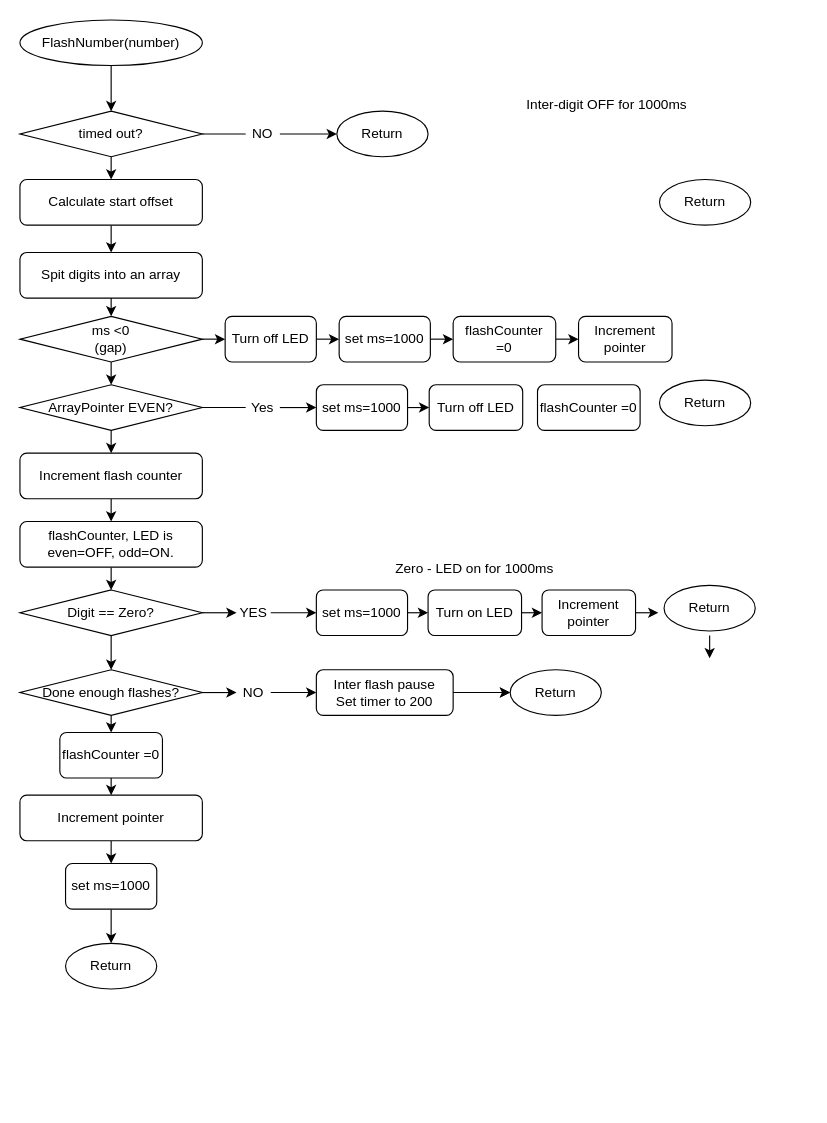
Before: include/FlashNumber.drawio in RichardLangner/SimpleTimer, a draw.io diagram. Source tidied: cells renumbered, new cells numbered last; positions are measured from the earlier drawing's top-left corner, leaving out a move shared by most shapes. Both pictures are drawn from the tidied source at 114%, with x=0, y=0 at pixel (19, 19).
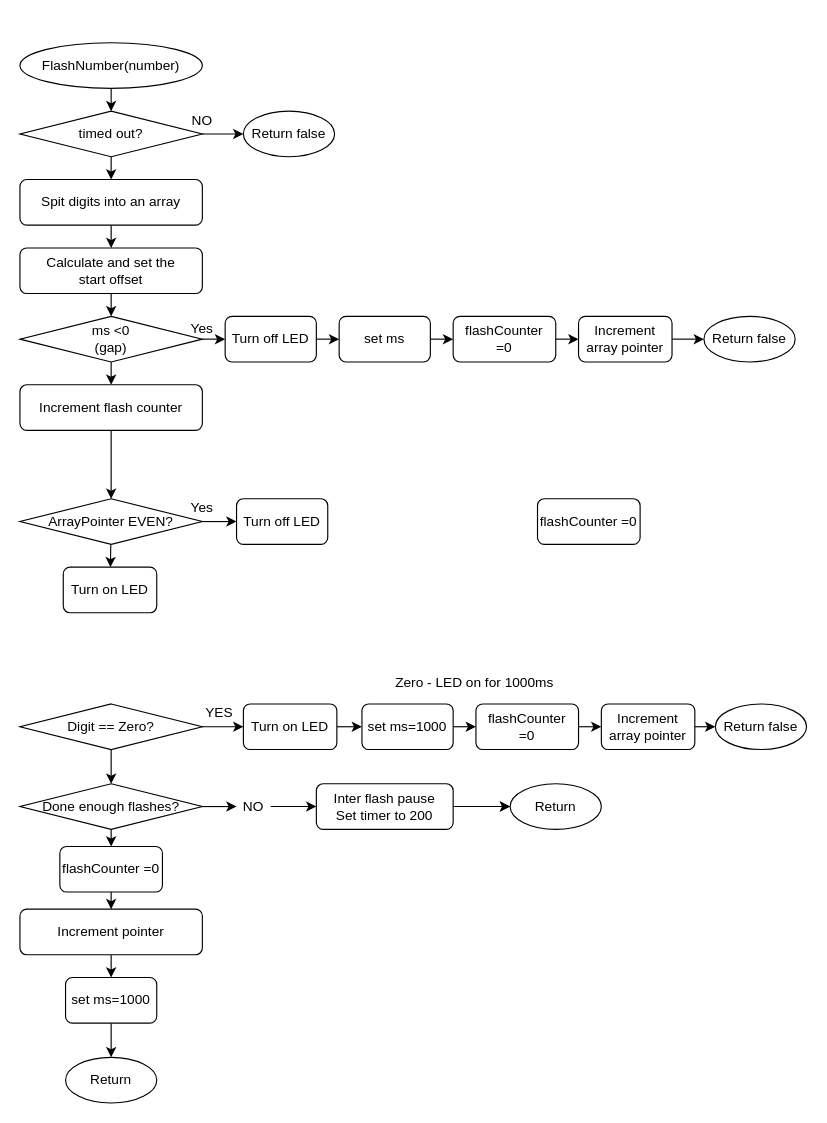
After the change.

Unchanged cells that the change refers to:
```xml
<mxCell id="8" value="timed out?" style="rhombus;whiteSpace=wrap;html=1;" parent="1" vertex="1">
  <mxGeometry y="80" width="160" height="40" as="geometry" />
</mxCell>
<mxCell id="67" value="ms &amp;lt;0&lt;br&gt;(gap)" style="rhombus;whiteSpace=wrap;html=1;" parent="1" vertex="1">
  <mxGeometry y="260" width="160" height="40" as="geometry" />
</mxCell>
```

Change to the diagram source:
```diff
@@
     <mxCell id="2" style="edgeStyle=none;html=1;startArrow=none;" parent="1" edge="1">
       <mxGeometry relative="1" as="geometry">
-        <mxPoint x="72" y="760" as="sourcePoint" />
-        <mxPoint x="72" y="760" as="targetPoint" />
+        <mxPoint x="72" y="860" as="sourcePoint" />
+        <mxPoint x="72" y="860" as="targetPoint" />
       </mxGeometry>
     </mxCell>
@@
     <mxCell id="5" value="Done enough flashes?" style="rhombus;whiteSpace=wrap;html=1;" parent="1" vertex="1">
-      <mxGeometry y="570" width="160" height="40" as="geometry" />
+      <mxGeometry y="670" width="160" height="40" as="geometry" />
     </mxCell>
-    <mxCell id="6" style="edgeStyle=none;html=1;startArrow=none;" parent="1" edge="1" source="17" target="13">
+    <mxCell id="6" style="edgeStyle=none;html=1;startArrow=none;exitX=1;exitY=0.5;exitDx=0;exitDy=0;" parent="1" edge="1" source="8" target="13">
       <mxGeometry relative="1" as="geometry" />
     </mxCell>
-    <mxCell id="7" style="edgeStyle=none;html=1;exitX=0.5;exitY=1;exitDx=0;exitDy=0;entryX=0.5;entryY=0;entryDx=0;entryDy=0;" parent="1" edge="1" source="8" target="61">
-      <mxGeometry relative="1" as="geometry" />
-    </mxCell>
+    <mxCell id="72" style="edgeStyle=none;html=1;exitX=0.5;exitY=1;exitDx=0;exitDy=0;entryX=0.5;entryY=0;entryDx=0;entryDy=0;" parent="1" edge="1" source="8" target="30">
+      <mxGeometry relative="1" as="geometry" />
+    </mxCell>
@@
-    <mxCell id="9" style="edgeStyle=none;html=1;entryX=0.5;entryY=0;entryDx=0;entryDy=0;" parent="1" edge="1" source="10" target="26">
-      <mxGeometry relative="1" as="geometry" />
-    </mxCell>
-    <mxCell id="10" value="flashCounter, LED is&lt;br&gt;even=OFF, odd=ON." style="rounded=1;whiteSpace=wrap;html=1;" parent="1" vertex="1">
-      <mxGeometry y="440" width="160" height="40" as="geometry" />
-    </mxCell>
@@
     <mxCell id="12" value="FlashNumber(number)" style="ellipse;whiteSpace=wrap;html=1;" parent="1" vertex="1">
-      <mxGeometry width="160" height="40" as="geometry" />
+      <mxGeometry y="20" width="160" height="40" as="geometry" />
     </mxCell>
-    <mxCell id="13" value="Return" style="ellipse;whiteSpace=wrap;html=1;" parent="1" vertex="1">
-      <mxGeometry x="278" y="80" width="80" height="40" as="geometry" />
+    <mxCell id="13" value="Return false" style="ellipse;whiteSpace=wrap;html=1;" parent="1" vertex="1">
+      <mxGeometry x="196" y="80" width="80" height="40" as="geometry" />
     </mxCell>
-    <mxCell id="14" style="edgeStyle=none;html=1;entryX=0.5;entryY=0;entryDx=0;entryDy=0;" parent="1" edge="1" source="15" target="10">
-      <mxGeometry relative="1" as="geometry" />
-    </mxCell>
+    <mxCell id="73" style="edgeStyle=none;html=1;" parent="1" edge="1" source="15" target="33">
+      <mxGeometry relative="1" as="geometry" />
+    </mxCell>
     <mxCell id="15" value="Increment flash counter" style="rounded=1;whiteSpace=wrap;html=1;" parent="1" vertex="1">
-      <mxGeometry y="380" width="160" height="40" as="geometry" />
+      <mxGeometry y="320" width="160" height="40" as="geometry" />
     </mxCell>
-    <mxCell id="16" style="edgeStyle=none;html=1;endArrow=none;" parent="1" edge="1" source="8" target="17">
-      <mxGeometry relative="1" as="geometry" />
-    </mxCell>
-    <mxCell id="17" value="NO" style="text;strokeColor=none;align=center;fillColor=none;html=1;verticalAlign=middle;whiteSpace=wrap;rounded=0;" parent="1" vertex="1">
-      <mxGeometry x="198" y="85" width="30" height="30" as="geometry" />
-    </mxCell>
@@
     <mxCell id="20" value="Return" style="ellipse;whiteSpace=wrap;html=1;" parent="1" vertex="1">
-      <mxGeometry x="430" y="570" width="80" height="40" as="geometry" />
+      <mxGeometry x="430" y="670" width="80" height="40" as="geometry" />
     </mxCell>
@@
     <mxCell id="22" value="NO" style="text;strokeColor=none;align=center;fillColor=none;html=1;verticalAlign=middle;whiteSpace=wrap;rounded=0;" parent="1" vertex="1">
-      <mxGeometry x="190" y="580" width="30" height="20" as="geometry" />
+      <mxGeometry x="190" y="680" width="30" height="20" as="geometry" />
     </mxCell>
-    <mxCell id="23" value="Return" style="ellipse;whiteSpace=wrap;html=1;" parent="1" vertex="1">
-      <mxGeometry x="565" y="496" width="80" height="40" as="geometry" />
+    <mxCell id="23" value="Return false" style="ellipse;whiteSpace=wrap;html=1;" parent="1" vertex="1">
+      <mxGeometry x="610" y="600" width="80" height="40" as="geometry" />
     </mxCell>
-    <mxCell id="24" style="edgeStyle=none;html=1;" parent="1" edge="1" source="26" target="28">
-      <mxGeometry relative="1" as="geometry" />
-    </mxCell>
@@
     <mxCell id="26" value="Digit == Zero?" style="rhombus;whiteSpace=wrap;html=1;" parent="1" vertex="1">
-      <mxGeometry y="500" width="160" height="40" as="geometry" />
+      <mxGeometry y="600" width="160" height="40" as="geometry" />
     </mxCell>
-    <mxCell id="27" style="edgeStyle=none;html=1;entryX=0;entryY=0.5;entryDx=0;entryDy=0;" parent="1" edge="1" source="28" target="43">
-      <mxGeometry relative="1" as="geometry" />
-    </mxCell>
+    <mxCell id="74" style="edgeStyle=none;html=1;entryX=0;entryY=0.5;entryDx=0;entryDy=0;exitX=1;exitY=0.5;exitDx=0;exitDy=0;" parent="1" edge="1" source="26" target="45">
+      <mxGeometry relative="1" as="geometry" />
+    </mxCell>
     <mxCell id="28" value="YES" style="text;strokeColor=none;align=center;fillColor=none;html=1;verticalAlign=middle;whiteSpace=wrap;rounded=0;" parent="1" vertex="1">
-      <mxGeometry x="190" y="510" width="30" height="20" as="geometry" />
+      <mxGeometry x="160" y="598" width="30" height="20" as="geometry" />
     </mxCell>
-    <mxCell id="29" style="edgeStyle=none;html=1;entryX=0.5;entryY=0;entryDx=0;entryDy=0;" parent="1" edge="1" source="30" target="67">
-      <mxGeometry relative="1" as="geometry" />
-    </mxCell>
+    <mxCell id="75" style="edgeStyle=none;html=1;exitX=0.5;exitY=1;exitDx=0;exitDy=0;entryX=0.5;entryY=0;entryDx=0;entryDy=0;" parent="1" edge="1" source="30" target="61">
+      <mxGeometry relative="1" as="geometry" />
+    </mxCell>
     <mxCell id="30" value="Spit digits into an array" style="rounded=1;whiteSpace=wrap;html=1;" parent="1" vertex="1">
-      <mxGeometry y="204" width="160" height="40" as="geometry" />
+      <mxGeometry y="140" width="160" height="40" as="geometry" />
     </mxCell>
-    <mxCell id="31" style="edgeStyle=none;html=1;startArrow=none;" parent="1" edge="1" source="40" target="35">
+    <mxCell id="31" style="edgeStyle=none;html=1;startArrow=none;entryX=0;entryY=0.5;entryDx=0;entryDy=0;exitX=1;exitY=0.5;exitDx=0;exitDy=0;" parent="1" edge="1" source="33" target="36">
       <mxGeometry relative="1" as="geometry" />
     </mxCell>
-    <mxCell id="32" style="edgeStyle=none;html=1;entryX=0.5;entryY=0;entryDx=0;entryDy=0;" parent="1" edge="1" source="33" target="15">
-      <mxGeometry relative="1" as="geometry" />
-    </mxCell>
+    <mxCell id="76" style="edgeStyle=none;html=1;" parent="1" edge="1" source="33" target="86">
+      <mxGeometry relative="1" as="geometry" />
+    </mxCell>
     <mxCell id="33" value="ArrayPointer EVEN?" style="rhombus;whiteSpace=wrap;html=1;" parent="1" vertex="1">
-      <mxGeometry y="320" width="160" height="40" as="geometry" />
+      <mxGeometry y="420" width="160" height="40" as="geometry" />
     </mxCell>
-    <mxCell id="34" style="edgeStyle=none;html=1;" parent="1" edge="1" source="35" target="36">
-      <mxGeometry relative="1" as="geometry" />
-    </mxCell>
-    <mxCell id="35" value="set ms=1000" style="rounded=1;whiteSpace=wrap;html=1;" parent="1" vertex="1">
-      <mxGeometry x="260" y="320" width="80" height="40" as="geometry" />
-    </mxCell>
     <mxCell id="36" value="Turn off LED" style="rounded=1;whiteSpace=wrap;html=1;" parent="1" vertex="1">
-      <mxGeometry x="359" y="320" width="82" height="40" as="geometry" />
+      <mxGeometry x="190" y="420" width="80" height="40" as="geometry" />
     </mxCell>
-    <mxCell id="37" value="Return" style="ellipse;whiteSpace=wrap;html=1;" parent="1" vertex="1">
-      <mxGeometry x="561" y="316" width="80" height="40" as="geometry" />
+    <mxCell id="37" value="Return false" style="ellipse;whiteSpace=wrap;html=1;" parent="1" vertex="1">
+      <mxGeometry x="600" y="260" width="80" height="40" as="geometry" />
     </mxCell>
-    <mxCell id="38" value="Inter-digit OFF for 1000ms" style="text;strokeColor=none;align=center;fillColor=none;html=1;verticalAlign=middle;whiteSpace=wrap;rounded=0;" parent="1" vertex="1">
-      <mxGeometry x="400" y="60" width="230" height="30" as="geometry" />
-    </mxCell>
-    <mxCell id="39" style="edgeStyle=none;html=1;endArrow=none;" parent="1" edge="1" source="33" target="40">
-      <mxGeometry relative="1" as="geometry" />
-    </mxCell>
     <mxCell id="40" value="Yes" style="text;strokeColor=none;align=center;fillColor=none;html=1;verticalAlign=middle;whiteSpace=wrap;rounded=0;" parent="1" vertex="1">
-      <mxGeometry x="198" y="335" width="30" height="10" as="geometry" />
+      <mxGeometry x="145" y="423" width="30" height="10" as="geometry" />
     </mxCell>
+    <mxCell id="77" style="edgeStyle=none;html=1;" parent="1" edge="1" source="41" target="37">
+      <mxGeometry relative="1" as="geometry" />
+    </mxCell>
-    <mxCell id="41" value="Increment pointer" style="rounded=1;whiteSpace=wrap;html=1;" parent="1" vertex="1">
+    <mxCell id="41" value="Increment array pointer" style="rounded=1;whiteSpace=wrap;html=1;" parent="1" vertex="1">
       <mxGeometry x="490" y="260" width="82" height="40" as="geometry" />
     </mxCell>
-    <mxCell id="42" style="edgeStyle=none;html=1;" parent="1" edge="1" source="43" target="45">
-      <mxGeometry relative="1" as="geometry" />
-    </mxCell>
+    <mxCell id="78" style="edgeStyle=none;html=1;exitX=1;exitY=0.5;exitDx=0;exitDy=0;entryX=0;entryY=0.5;entryDx=0;entryDy=0;" parent="1" edge="1" source="43" target="85">
+      <mxGeometry relative="1" as="geometry" />
+    </mxCell>
     <mxCell id="43" value="set ms=1000" style="rounded=1;whiteSpace=wrap;html=1;" parent="1" vertex="1">
-      <mxGeometry x="260" y="500" width="80" height="40" as="geometry" />
+      <mxGeometry x="300" y="600" width="80" height="40" as="geometry" />
     </mxCell>
-    <mxCell id="44" style="edgeStyle=none;html=1;entryX=0;entryY=0.5;entryDx=0;entryDy=0;" parent="1" edge="1" source="45" target="49">
-      <mxGeometry relative="1" as="geometry" />
-    </mxCell>
+    <mxCell id="79" style="edgeStyle=none;html=1;exitX=1;exitY=0.5;exitDx=0;exitDy=0;entryX=0;entryY=0.5;entryDx=0;entryDy=0;" parent="1" edge="1" source="45" target="43">
+      <mxGeometry relative="1" as="geometry" />
+    </mxCell>
     <mxCell id="45" value="Turn on LED" style="rounded=1;whiteSpace=wrap;html=1;" parent="1" vertex="1">
-      <mxGeometry x="358" y="500" width="82" height="40" as="geometry" />
+      <mxGeometry x="196" y="600" width="82" height="40" as="geometry" />
     </mxCell>
     <mxCell id="46" value="Zero - LED on for 1000ms" style="text;strokeColor=none;align=center;fillColor=none;html=1;verticalAlign=middle;whiteSpace=wrap;rounded=0;" parent="1" vertex="1">
-      <mxGeometry x="319" y="467" width="160" height="30" as="geometry" />
+      <mxGeometry x="319" y="567" width="160" height="30" as="geometry" />
     </mxCell>
-    <mxCell id="47" style="edgeStyle=none;html=1;entryX=0.5;entryY=0;entryDx=0;entryDy=0;exitX=0.5;exitY=1;exitDx=0;exitDy=0;" parent="1" edge="1">
-      <mxGeometry relative="1" as="geometry">
-        <mxPoint x="605" y="540" as="sourcePoint" />
-        <mxPoint x="605" y="560" as="targetPoint" />
-      </mxGeometry>
-    </mxCell>
-    <mxCell id="48" style="edgeStyle=none;html=1;" parent="1" edge="1" source="49">
-      <mxGeometry relative="1" as="geometry">
-        <mxPoint x="560" y="520" as="targetPoint" />
-      </mxGeometry>
-    </mxCell>
+    <mxCell id="80" style="edgeStyle=none;html=1;exitX=1;exitY=0.5;exitDx=0;exitDy=0;entryX=0;entryY=0.5;entryDx=0;entryDy=0;" parent="1" edge="1" source="49" target="23">
+      <mxGeometry relative="1" as="geometry" />
+    </mxCell>
-    <mxCell id="49" value="Increment pointer" style="rounded=1;whiteSpace=wrap;html=1;" parent="1" vertex="1">
-      <mxGeometry x="458" y="500" width="82" height="40" as="geometry" />
+    <mxCell id="49" value="Increment array pointer" style="rounded=1;whiteSpace=wrap;html=1;" parent="1" vertex="1">
+      <mxGeometry x="510" y="600" width="82" height="40" as="geometry" />
     </mxCell>
     <mxCell id="50" style="edgeStyle=none;html=1;endArrow=none;" parent="1" edge="1" target="51">
       <mxGeometry relative="1" as="geometry">
-        <mxPoint x="358" y="590" as="sourcePoint" />
+        <mxPoint x="358" y="690" as="sourcePoint" />
       </mxGeometry>
     </mxCell>
     <mxCell id="51" value="Inter flash pause&lt;br&gt;Set timer to 200" style="rounded=1;whiteSpace=wrap;html=1;" parent="1" vertex="1">
-      <mxGeometry x="260" y="570" width="120" height="40" as="geometry" />
+      <mxGeometry x="260" y="670" width="120" height="40" as="geometry" />
     </mxCell>
@@
     <mxCell id="53" value="Increment pointer" style="rounded=1;whiteSpace=wrap;html=1;" parent="1" vertex="1">
-      <mxGeometry y="680" width="160" height="40" as="geometry" />
+      <mxGeometry y="780" width="160" height="40" as="geometry" />
     </mxCell>
     <mxCell id="54" value="Return" style="ellipse;whiteSpace=wrap;html=1;" parent="1" vertex="1">
-      <mxGeometry x="40" y="810" width="80" height="40" as="geometry" />
+      <mxGeometry x="40" y="910" width="80" height="40" as="geometry" />
     </mxCell>
@@
     <mxCell id="56" value="flashCounter =0" style="rounded=1;whiteSpace=wrap;html=1;" parent="1" vertex="1">
-      <mxGeometry x="35" y="625" width="90" height="40" as="geometry" />
+      <mxGeometry x="35" y="725" width="90" height="40" as="geometry" />
     </mxCell>
     <mxCell id="57" value="flashCounter =0" style="rounded=1;whiteSpace=wrap;html=1;" parent="1" vertex="1">
-      <mxGeometry x="454" y="320" width="90" height="40" as="geometry" />
+      <mxGeometry x="454" y="420" width="90" height="40" as="geometry" />
     </mxCell>
@@
     <mxCell id="59" value="set ms=1000" style="rounded=1;whiteSpace=wrap;html=1;" parent="1" vertex="1">
-      <mxGeometry x="40" y="740" width="80" height="40" as="geometry" />
+      <mxGeometry x="40" y="840" width="80" height="40" as="geometry" />
     </mxCell>
-    <mxCell id="60" style="edgeStyle=none;html=1;entryX=0.5;entryY=0;entryDx=0;entryDy=0;" parent="1" edge="1" source="61" target="30">
-      <mxGeometry relative="1" as="geometry" />
-    </mxCell>
+    <mxCell id="81" style="edgeStyle=none;html=1;exitX=0.5;exitY=1;exitDx=0;exitDy=0;entryX=0.5;entryY=0;entryDx=0;entryDy=0;" parent="1" edge="1" source="61" target="67">
+      <mxGeometry relative="1" as="geometry" />
+    </mxCell>
-    <mxCell id="61" value="Calculate start offset" style="rounded=1;whiteSpace=wrap;html=1;" parent="1" vertex="1">
-      <mxGeometry y="140" width="160" height="40" as="geometry" />
+    <mxCell id="61" value="Calculate and set the&lt;br&gt;start offset" style="rounded=1;whiteSpace=wrap;html=1;" parent="1" vertex="1">
+      <mxGeometry y="200" width="160" height="40" as="geometry" />
     </mxCell>
-    <mxCell id="62" value="Return" style="ellipse;whiteSpace=wrap;html=1;" parent="1" vertex="1">
-      <mxGeometry x="561" y="140" width="80" height="40" as="geometry" />
-    </mxCell>
@@
-    <mxCell id="65" style="edgeStyle=none;html=1;entryX=0.5;entryY=0;entryDx=0;entryDy=0;" parent="1" edge="1" source="67" target="33">
-      <mxGeometry relative="1" as="geometry" />
-    </mxCell>
@@
+    <mxCell id="82" style="edgeStyle=none;html=1;" parent="1" edge="1" source="67" target="15">
+      <mxGeometry relative="1" as="geometry" />
+    </mxCell>
@@
-    <mxCell id="69" value="set ms=1000" style="rounded=1;whiteSpace=wrap;html=1;" parent="1" vertex="1">
+    <mxCell id="69" value="set ms" style="rounded=1;whiteSpace=wrap;html=1;" parent="1" vertex="1">
       <mxGeometry x="280" y="260" width="80" height="40" as="geometry" />
     </mxCell>
@@
+    <mxCell id="83" value="Yes" style="text;strokeColor=none;align=center;fillColor=none;html=1;verticalAlign=middle;whiteSpace=wrap;rounded=0;" parent="1" vertex="1">
+      <mxGeometry x="130" y="256" width="60" height="30" as="geometry" />
+    </mxCell>
+    <mxCell id="84" style="edgeStyle=none;html=1;exitX=1;exitY=0.5;exitDx=0;exitDy=0;entryX=0;entryY=0.5;entryDx=0;entryDy=0;" parent="1" edge="1" source="85" target="49">
+      <mxGeometry relative="1" as="geometry" />
+    </mxCell>
+    <mxCell id="85" value="flashCounter&lt;br&gt;=0" style="rounded=1;whiteSpace=wrap;html=1;" parent="1" vertex="1">
+      <mxGeometry x="400" y="600" width="90" height="40" as="geometry" />
+    </mxCell>
+    <mxCell id="17" value="NO" style="text;strokeColor=none;align=center;fillColor=none;html=1;verticalAlign=middle;whiteSpace=wrap;rounded=0;" parent="1" vertex="1">
+      <mxGeometry x="145" y="74" width="30" height="30" as="geometry" />
+    </mxCell>
+    <mxCell id="86" value="Turn on LED" style="rounded=1;whiteSpace=wrap;html=1;" parent="1" vertex="1">
+      <mxGeometry x="38" y="480" width="82" height="40" as="geometry" />
+    </mxCell>
```
